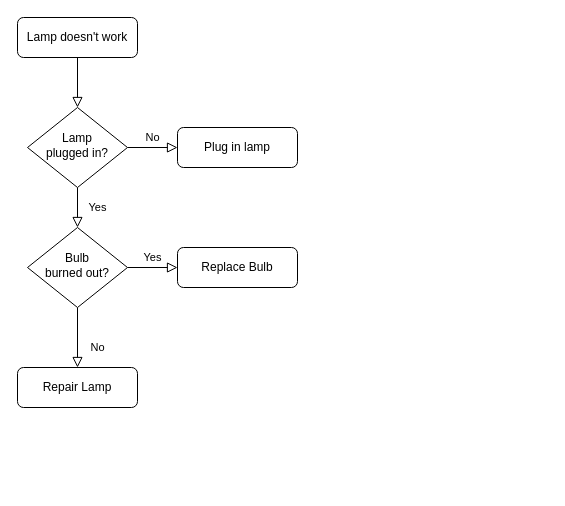
Before: Untitled Diagram.drawio in Ahmed1Abdelrazik/codeforces_Q.solutions, a draw.io diagram. Source tidied: cells renumbered, new cells numbered last; positions are measured from the earlier drawing's top-left corner, leaving out a move shared by most shapes. Both pictures are drawn from the tidied source at 100%, with x=0, y=0 at pixel (17, 17).
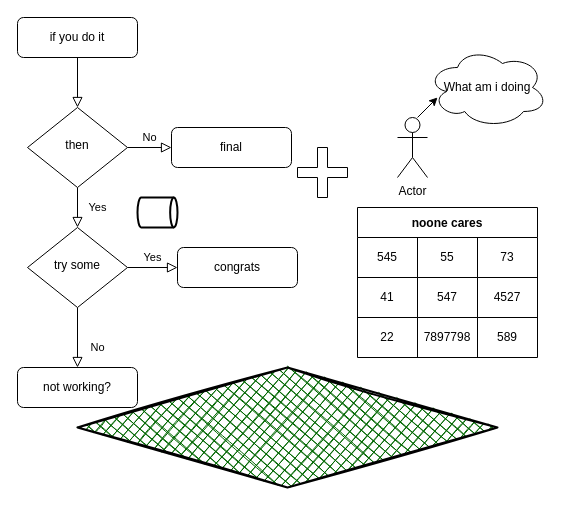
Above is the later version.

Change to the diagram source:
```diff
@@
-    <mxCell id="3" value="Lamp doesn't work" style="rounded=1;whiteSpace=wrap;html=1;fontSize=12;glass=0;strokeWidth=1;shadow=0;" parent="1" vertex="1">
+    <mxCell id="3" value="if you do it" style="rounded=1;whiteSpace=wrap;html=1;fontSize=12;glass=0;strokeWidth=1;shadow=0;" parent="1" vertex="1">
       <mxGeometry width="120" height="40" as="geometry" />
     </mxCell>
@@
-    <mxCell id="6" value="Lamp&lt;br&gt;plugged in?" style="rhombus;whiteSpace=wrap;html=1;shadow=0;fontFamily=Helvetica;fontSize=12;align=center;strokeWidth=1;spacing=6;spacingTop=-4;" parent="1" vertex="1">
+    <mxCell id="6" value="then" style="rhombus;whiteSpace=wrap;html=1;shadow=0;fontFamily=Helvetica;fontSize=12;align=center;strokeWidth=1;spacing=6;spacingTop=-4;" parent="1" vertex="1">
       <mxGeometry x="10" y="90" width="100" height="80" as="geometry" />
     </mxCell>
-    <mxCell id="7" value="Plug in lamp" style="rounded=1;whiteSpace=wrap;html=1;fontSize=12;glass=0;strokeWidth=1;shadow=0;" parent="1" vertex="1">
-      <mxGeometry x="160" y="110" width="120" height="40" as="geometry" />
+    <mxCell id="7" value="final" style="rounded=1;whiteSpace=wrap;html=1;fontSize=12;glass=0;strokeWidth=1;shadow=0;" parent="1" vertex="1">
+      <mxGeometry x="154" y="110" width="120" height="40" as="geometry" />
     </mxCell>
@@
-    <mxCell id="10" value="Bulb&lt;br&gt;burned out?" style="rhombus;whiteSpace=wrap;html=1;shadow=0;fontFamily=Helvetica;fontSize=12;align=center;strokeWidth=1;spacing=6;spacingTop=-4;" parent="1" vertex="1">
+    <mxCell id="10" value="try some" style="rhombus;whiteSpace=wrap;html=1;shadow=0;fontFamily=Helvetica;fontSize=12;align=center;strokeWidth=1;spacing=6;spacingTop=-4;" parent="1" vertex="1">
       <mxGeometry x="10" y="210" width="100" height="80" as="geometry" />
     </mxCell>
-    <mxCell id="11" value="Repair Lamp" style="rounded=1;whiteSpace=wrap;html=1;fontSize=12;glass=0;strokeWidth=1;shadow=0;" parent="1" vertex="1">
+    <mxCell id="11" value="not working?" style="rounded=1;whiteSpace=wrap;html=1;fontSize=12;glass=0;strokeWidth=1;shadow=0;" parent="1" vertex="1">
       <mxGeometry y="350" width="120" height="40" as="geometry" />
     </mxCell>
-    <mxCell id="12" value="Replace Bulb" style="rounded=1;whiteSpace=wrap;html=1;fontSize=12;glass=0;strokeWidth=1;shadow=0;" parent="1" vertex="1">
+    <mxCell id="12" value="congrats" style="rounded=1;whiteSpace=wrap;html=1;fontSize=12;glass=0;strokeWidth=1;shadow=0;" parent="1" vertex="1">
       <mxGeometry x="160" y="230" width="120" height="40" as="geometry" />
     </mxCell>
+    <mxCell id="13" value="Actor" style="shape=umlActor;verticalLabelPosition=bottom;verticalAlign=top;html=1;" parent="1" vertex="1">
+      <mxGeometry x="380" y="100" width="30" height="60" as="geometry" />
+    </mxCell>
+    <mxCell id="14" value="What am i doing" style="ellipse;shape=cloud;whiteSpace=wrap;html=1;" parent="1" vertex="1">
+      <mxGeometry x="410" y="30" width="120" height="80" as="geometry" />
+    </mxCell>
+    <mxCell id="15" style="endArrow=classic;html=1;rounded=0;" parent="1" edge="1">
+      <mxGeometry x="-0.5" y="-7" relative="1" as="geometry">
+        <mxPoint x="400" y="100" as="sourcePoint" />
+        <mxPoint x="420" y="80" as="targetPoint" />
+      </mxGeometry>
+    </mxCell>
+    <mxCell id="16" value="noone cares" style="shape=table;startSize=30;childLayout=tableLayout;fontStyle=1;align=center;" parent="1" vertex="1">
+      <mxGeometry x="340" y="190" width="180" height="150" as="geometry" />
+    </mxCell>
+    <mxCell id="17" style="shape=tableRow;horizontal=0;startSize=0;swimlaneHead=0;swimlaneBody=0;top=0;left=0;bottom=0;right=0;fillColor=none;" parent="16" vertex="1">
+      <mxGeometry y="30" width="180" height="40" as="geometry" />
+    </mxCell>
+    <mxCell id="18" value="545" style="shape=partialRectangle;html=1;whiteSpace=wrap;fillColor=none;top=0;left=0;bottom=0;right=0;overflow=hidden;" parent="17" vertex="1">
+      <mxGeometry width="60" height="40" as="geometry" />
+    </mxCell>
+    <mxCell id="19" value="55" style="shape=partialRectangle;html=1;whiteSpace=wrap;fillColor=none;top=0;left=0;bottom=0;right=0;overflow=hidden;" parent="17" vertex="1">
+      <mxGeometry x="60" width="60" height="40" as="geometry" />
+    </mxCell>
+    <mxCell id="20" value="73" style="shape=partialRectangle;html=1;whiteSpace=wrap;fillColor=none;top=0;left=0;bottom=0;right=0;overflow=hidden;" parent="17" vertex="1">
+      <mxGeometry x="120" width="60" height="40" as="geometry" />
+    </mxCell>
+    <mxCell id="21" style="shape=tableRow;horizontal=0;startSize=0;swimlaneHead=0;swimlaneBody=0;top=0;left=0;bottom=0;right=0;fillColor=none;" parent="16" vertex="1">
+      <mxGeometry y="70" width="180" height="40" as="geometry" />
+    </mxCell>
+    <mxCell id="22" value="41" style="shape=partialRectangle;html=1;whiteSpace=wrap;fillColor=none;top=0;left=0;bottom=0;right=0;overflow=hidden;" parent="21" vertex="1">
+      <mxGeometry width="60" height="40" as="geometry" />
+    </mxCell>
+    <mxCell id="23" value="547" style="shape=partialRectangle;html=1;whiteSpace=wrap;fillColor=none;top=0;left=0;bottom=0;right=0;overflow=hidden;" parent="21" vertex="1">
+      <mxGeometry x="60" width="60" height="40" as="geometry" />
+    </mxCell>
+    <mxCell id="24" value="4527" style="shape=partialRectangle;html=1;whiteSpace=wrap;fillColor=none;top=0;left=0;bottom=0;right=0;overflow=hidden;" parent="21" vertex="1">
+      <mxGeometry x="120" width="60" height="40" as="geometry" />
+    </mxCell>
+    <mxCell id="25" style="shape=tableRow;horizontal=0;startSize=0;swimlaneHead=0;swimlaneBody=0;top=0;left=0;bottom=0;right=0;fillColor=none;" parent="16" vertex="1">
+      <mxGeometry y="110" width="180" height="40" as="geometry" />
+    </mxCell>
+    <mxCell id="26" value="22" style="shape=partialRectangle;html=1;whiteSpace=wrap;fillColor=none;top=0;left=0;bottom=0;right=0;overflow=hidden;" parent="25" vertex="1">
+      <mxGeometry width="60" height="40" as="geometry" />
+    </mxCell>
+    <mxCell id="27" value="7897798" style="shape=partialRectangle;html=1;whiteSpace=wrap;fillColor=none;top=0;left=0;bottom=0;right=0;overflow=hidden;" parent="25" vertex="1">
+      <mxGeometry x="60" width="60" height="40" as="geometry" />
+    </mxCell>
+    <mxCell id="28" value="589" style="shape=partialRectangle;html=1;whiteSpace=wrap;fillColor=none;top=0;left=0;bottom=0;right=0;overflow=hidden;" parent="25" vertex="1">
+      <mxGeometry x="120" width="60" height="40" as="geometry" />
+    </mxCell>
+    <mxCell id="29" style="strokeWidth=2;html=1;shape=mxgraph.flowchart.direct_data;whiteSpace=wrap;" parent="1" vertex="1">
+      <mxGeometry x="120" y="180" width="40" height="30" as="geometry" />
+    </mxCell>
+    <mxCell id="30" style="shape=cross;whiteSpace=wrap;html=1;" parent="1" vertex="1">
+      <mxGeometry x="280" y="130" width="50" height="50" as="geometry" />
+    </mxCell>
+    <mxCell id="31" style="rhombus;whiteSpace=wrap;html=1;strokeWidth=2;fillWeight=-1;hachureGap=8;fillStyle=cross-hatch;fillColor=#006600;sketch=1;" parent="1" vertex="1">
+      <mxGeometry x="60" y="350" width="420" height="120" as="geometry" />
+    </mxCell>
```
